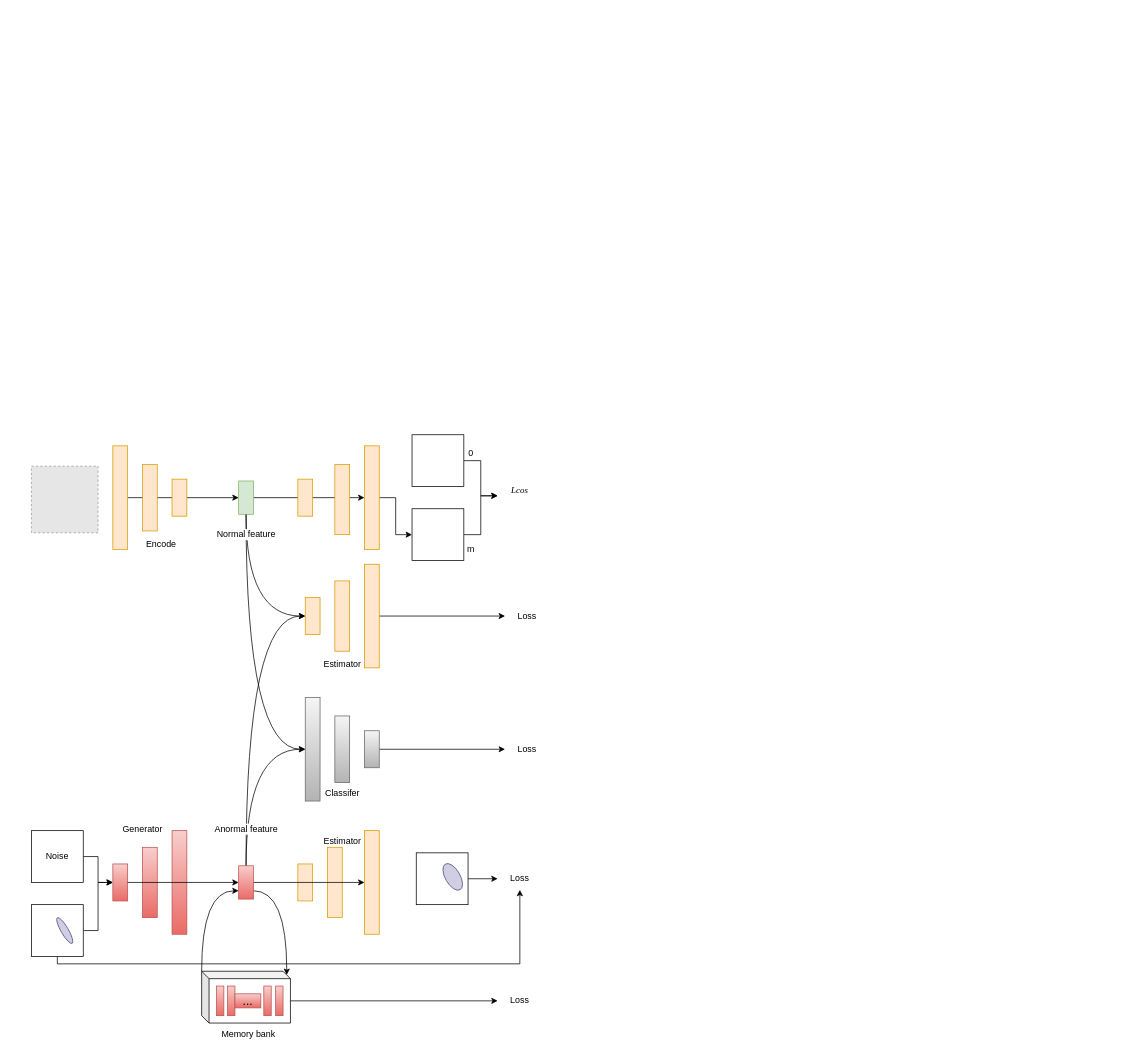
The draw.io diagram defect.drawio in kagomeAli/2023KD, before the edit. Source tidied: cells renumbered, new cells numbered last; positions are measured from the earlier drawing's top-left corner, leaving out a move shared by most shapes. Both pictures are drawn from the tidied source at 74%, with x=0, y=0 at pixel (31, 434). Pictures stored in the file or linked from it are replaced by grey dashed boxes.
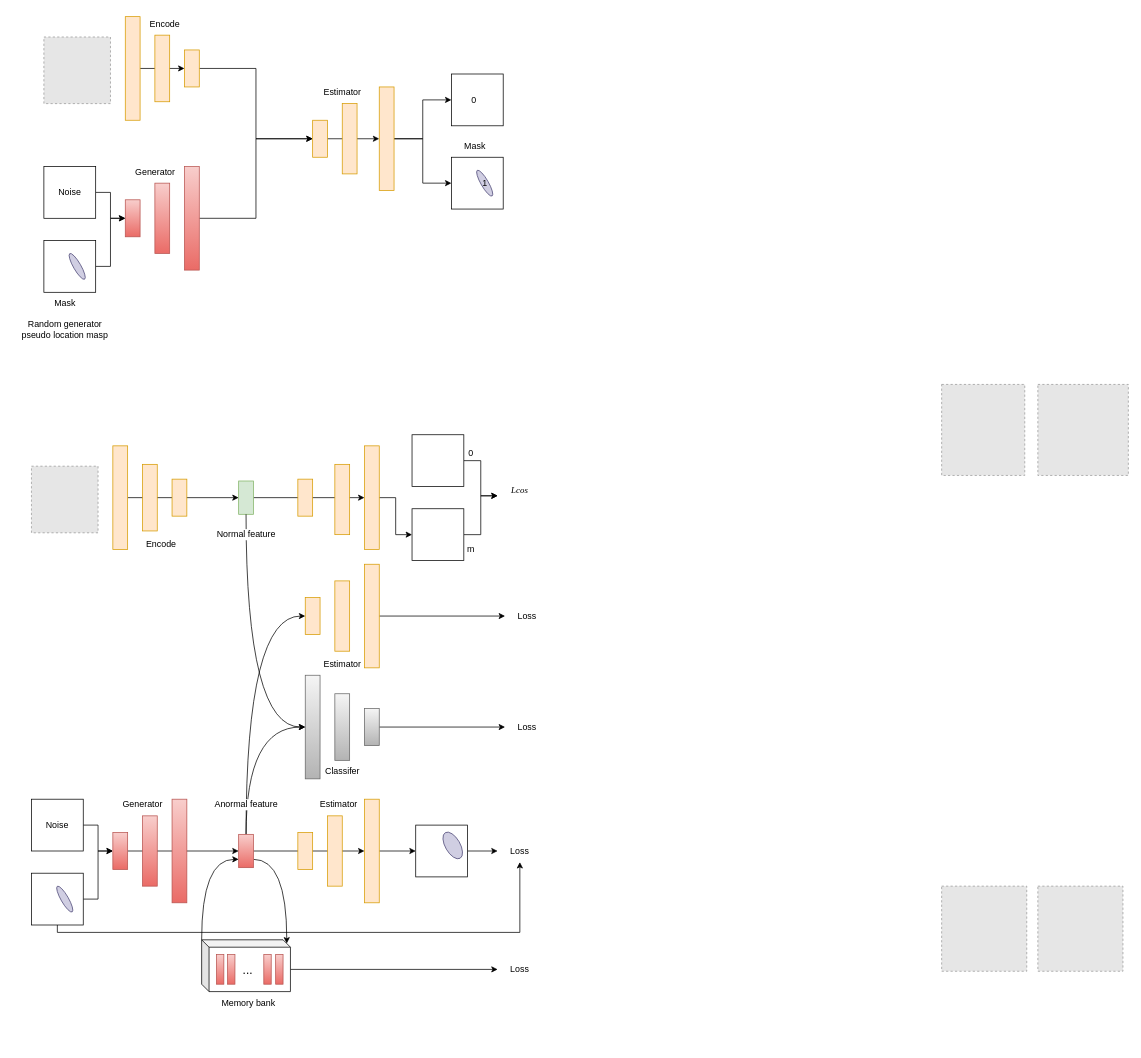
Above is the later version.

The change refers to these unchanged cells:
```xml
<mxCell id="8" style="rounded=0;whiteSpace=wrap;html=1;fillColor=#d5e8d4;strokeColor=#82b366;" parent="1" vertex="1">
  <mxGeometry x="280" y="62.5" width="20" height="45" as="geometry" />
</mxCell>
<mxCell id="25" style="rounded=0;whiteSpace=wrap;html=1;fillColor=#ffe6cc;strokeColor=#d79b00;" parent="1" vertex="1">
  <mxGeometry x="370" y="220" width="20" height="50" as="geometry" />
</mxCell>
```

The edit, as a diff of the source:
```diff
@@
+    <mxCell id="74" style="edgeStyle=orthogonalEdgeStyle;rounded=0;jettySize=auto;html=1;exitX=1;exitY=0.5;exitDx=0;exitDy=0;" parent="1" edge="1" source="89" target="88">
+      <mxGeometry relative="1" as="geometry" />
+    </mxCell>
+    <mxCell id="71" style="edgeStyle=orthogonalEdgeStyle;rounded=0;jettySize=auto;html=1;exitX=1;exitY=0.5;exitDx=0;exitDy=0;entryX=0;entryY=0.5;entryDx=0;entryDy=0;" parent="1" edge="1" source="41" target="72">
+      <mxGeometry relative="1" as="geometry" />
+    </mxCell>
+    <mxCell id="40" style="edgeStyle=orthogonalEdgeStyle;rounded=0;jettySize=auto;html=1;exitX=1;exitY=0.5;exitDx=0;exitDy=0;entryX=0;entryY=0.5;entryDx=0;entryDy=0;" parent="1" edge="1" source="72" target="34">
+      <mxGeometry relative="1" as="geometry" />
+    </mxCell>
@@
-    <mxCell id="7" style="edgeStyle=orthogonalEdgeStyle;rounded=0;jettySize=auto;html=1;exitX=0.5;exitY=1;exitDx=0;exitDy=0;entryX=0;entryY=0.5;entryDx=0;entryDy=0;curved=1;" parent="1" edge="1" source="8" target="25">
-      <mxGeometry relative="1" as="geometry" />
-    </mxCell>
@@
     <mxCell id="26" style="rounded=0;whiteSpace=wrap;html=1;fillColor=#f5f5f5;gradientColor=#b3b3b3;strokeColor=#666666;" parent="1" vertex="1">
-      <mxGeometry x="370" y="355" width="20" height="140" as="geometry" />
+      <mxGeometry x="370" y="325" width="20" height="140" as="geometry" />
     </mxCell>
     <mxCell id="27" style="rounded=0;whiteSpace=wrap;html=1;fillColor=#f5f5f5;gradientColor=#b3b3b3;strokeColor=#666666;" parent="1" vertex="1">
-      <mxGeometry x="410" y="380" width="20" height="90" as="geometry" />
+      <mxGeometry x="410" y="350" width="20" height="90" as="geometry" />
     </mxCell>
@@
     <mxCell id="29" style="rounded=0;whiteSpace=wrap;html=1;fillColor=#f5f5f5;gradientColor=#b3b3b3;strokeColor=#666666;" parent="1" vertex="1">
-      <mxGeometry x="450" y="400" width="20" height="50" as="geometry" />
+      <mxGeometry x="450" y="370" width="20" height="50" as="geometry" />
     </mxCell>
@@
     <mxCell id="33" style="rounded=0;whiteSpace=wrap;html=1;fillColor=#ffe6cc;strokeColor=#d79b00;" parent="1" vertex="1">
-      <mxGeometry x="400" y="557.5" width="20" height="95" as="geometry" />
+      <mxGeometry x="400" y="515" width="20" height="95" as="geometry" />
     </mxCell>
+    <mxCell id="75" style="edgeStyle=orthogonalEdgeStyle;rounded=0;jettySize=auto;html=1;exitX=1;exitY=0.5;exitDx=0;exitDy=0;" parent="1" edge="1" source="34" target="58">
+      <mxGeometry relative="1" as="geometry" />
+    </mxCell>
     <mxCell id="34" style="rounded=0;whiteSpace=wrap;html=1;fillColor=#ffe6cc;strokeColor=#d79b00;" parent="1" vertex="1">
-      <mxGeometry x="450" y="535" width="20" height="140" as="geometry" />
+      <mxGeometry x="450" y="492.5" width="20" height="140" as="geometry" />
     </mxCell>
     <mxCell id="35" style="edgeStyle=orthogonalEdgeStyle;rounded=0;jettySize=auto;html=1;exitX=0;exitY=0.5;exitDx=0;exitDy=0;fillColor=#ffe6cc;strokeColor=#d79b00;" parent="1" edge="1" source="36">
       <mxGeometry relative="1" as="geometry">
-        <mxPoint x="360" y="605" as="targetPoint" />
+        <mxPoint x="360" y="562.5" as="targetPoint" />
       </mxGeometry>
     </mxCell>
     <mxCell id="36" style="rounded=0;whiteSpace=wrap;html=1;fillColor=#ffe6cc;strokeColor=#d79b00;" parent="1" vertex="1">
-      <mxGeometry x="360" y="580" width="20" height="50" as="geometry" />
+      <mxGeometry x="360" y="537.5" width="20" height="50" as="geometry" />
     </mxCell>
     <mxCell id="37" style="rounded=0;whiteSpace=wrap;html=1;fillColor=#f8cecc;gradientColor=#ea6b66;strokeColor=#b85450;" parent="1" vertex="1">
-      <mxGeometry x="150" y="557.5" width="20" height="95" as="geometry" />
+      <mxGeometry x="150" y="515" width="20" height="95" as="geometry" />
     </mxCell>
     <mxCell id="38" style="rounded=0;whiteSpace=wrap;html=1;fillColor=#f8cecc;gradientColor=#ea6b66;strokeColor=#b85450;" parent="1" vertex="1">
-      <mxGeometry x="190" y="535" width="20" height="140" as="geometry" />
+      <mxGeometry x="190" y="492.5" width="20" height="140" as="geometry" />
     </mxCell>
     <mxCell id="39" style="edgeStyle=orthogonalEdgeStyle;rounded=0;jettySize=auto;html=1;exitX=0;exitY=0.5;exitDx=0;exitDy=0;fillColor=#f8cecc;gradientColor=#ea6b66;strokeColor=#b85450;" parent="1" edge="1" source="41">
       <mxGeometry relative="1" as="geometry">
-        <mxPoint x="110" y="605" as="targetPoint" />
+        <mxPoint x="110" y="562.5" as="targetPoint" />
       </mxGeometry>
     </mxCell>
-    <mxCell id="40" style="edgeStyle=orthogonalEdgeStyle;rounded=0;jettySize=auto;html=1;exitX=1;exitY=0.5;exitDx=0;exitDy=0;entryX=0;entryY=0.5;entryDx=0;entryDy=0;" parent="1" edge="1" source="72" target="34">
-      <mxGeometry relative="1" as="geometry" />
-    </mxCell>
     <mxCell id="41" style="rounded=0;whiteSpace=wrap;html=1;fillColor=#f8cecc;gradientColor=#ea6b66;strokeColor=#b85450;" parent="1" vertex="1">
-      <mxGeometry x="110" y="580" width="20" height="50" as="geometry" />
+      <mxGeometry x="110" y="537.5" width="20" height="50" as="geometry" />
     </mxCell>
     <mxCell id="42" style="edgeStyle=orthogonalEdgeStyle;rounded=0;jettySize=auto;html=1;exitX=0;exitY=0;exitDx=0;exitDy=0;exitPerimeter=0;entryX=0;entryY=0.75;entryDx=0;entryDy=0;curved=1;" parent="1" edge="1" source="44" target="72">
       <mxGeometry relative="1" as="geometry">
         <Array as="points">
-          <mxPoint x="230" y="616" />
+          <mxPoint x="230" y="573.5" />
         </Array>
       </mxGeometry>
     </mxCell>
@@
     <mxCell id="44" style="shape=cube;whiteSpace=wrap;html=1;boundedLbl=1;backgroundOutline=1;darkOpacity=0.05;darkOpacity2=0.1;size=10;" parent="1" vertex="1">
-      <mxGeometry x="230" y="725" width="120" height="70" as="geometry" />
+      <mxGeometry x="230" y="682.5" width="120" height="70" as="geometry" />
     </mxCell>
     <mxCell id="45" style="rounded=0;whiteSpace=wrap;html=1;fillColor=#f8cecc;gradientColor=#ea6b66;strokeColor=#b85450;" parent="1" vertex="1">
-      <mxGeometry x="250" y="745" width="10" height="40" as="geometry" />
+      <mxGeometry x="250" y="702.5" width="10" height="40" as="geometry" />
     </mxCell>
     <mxCell id="46" style="rounded=0;whiteSpace=wrap;html=1;fillColor=#f8cecc;gradientColor=#ea6b66;strokeColor=#b85450;" parent="1" vertex="1">
-      <mxGeometry x="265" y="745" width="10" height="40" as="geometry" />
+      <mxGeometry x="265" y="702.5" width="10" height="40" as="geometry" />
     </mxCell>
     <mxCell id="47" style="rounded=0;whiteSpace=wrap;html=1;fillColor=#f8cecc;gradientColor=#ea6b66;strokeColor=#b85450;" parent="1" vertex="1">
-      <mxGeometry x="314" y="745" width="10" height="40" as="geometry" />
+      <mxGeometry x="314" y="702.5" width="10" height="40" as="geometry" />
     </mxCell>
     <mxCell id="48" style="rounded=0;whiteSpace=wrap;html=1;fillColor=#f8cecc;gradientColor=#ea6b66;strokeColor=#b85450;" parent="1" vertex="1">
-      <mxGeometry x="330" y="745" width="10" height="40" as="geometry" />
+      <mxGeometry x="330" y="702.5" width="10" height="40" as="geometry" />
     </mxCell>
-    <mxCell id="49" value="..." style="text;html=1;strokeColor=#b85450;fillColor=#f8cecc;align=center;verticalAlign=middle;whiteSpace=wrap;rounded=0;fontSize=16;gradientColor=#ea6b66;" parent="1" vertex="1">
-      <mxGeometry x="275" y="755.5" width="35" height="19" as="geometry" />
+    <mxCell id="49" value="..." style="text;html=1;fillColor=none;align=center;verticalAlign=middle;whiteSpace=wrap;rounded=0;fontSize=16;" parent="1" vertex="1">
+      <mxGeometry x="275" y="713" width="35" height="19" as="geometry" />
     </mxCell>
     <mxCell id="50" value="Memory bank" style="text;html=1;align=center;verticalAlign=middle;strokeColor=none;fillColor=none;" parent="1" vertex="1">
-      <mxGeometry x="242.5" y="795" width="100" height="30" as="geometry" />
+      <mxGeometry x="242.5" y="752.5" width="100" height="30" as="geometry" />
     </mxCell>
@@
     <mxCell id="52" value="Noise" style="rounded=0;whiteSpace=wrap;html=1;" parent="1" vertex="1">
-      <mxGeometry y="535" width="70" height="70" as="geometry" />
+      <mxGeometry y="492.5" width="70" height="70" as="geometry" />
     </mxCell>
@@
     <mxCell id="54" style="edgeStyle=orthogonalEdgeStyle;rounded=0;jettySize=auto;html=1;exitX=0.5;exitY=1;exitDx=0;exitDy=0;entryX=0.5;entryY=1;entryDx=0;entryDy=0;" parent="1" edge="1" source="55" target="60">
       <mxGeometry relative="1" as="geometry">
         <Array as="points">
-          <mxPoint x="35" y="715" />
-          <mxPoint x="660" y="715" />
+          <mxPoint x="35" y="672.5" />
+          <mxPoint x="660" y="672.5" />
         </Array>
       </mxGeometry>
     </mxCell>
     <mxCell id="55" style="rounded=0;whiteSpace=wrap;html=1;" parent="1" vertex="1">
-      <mxGeometry y="635" width="70" height="70" as="geometry" />
+      <mxGeometry y="592.5" width="70" height="70" as="geometry" />
     </mxCell>
     <mxCell id="56" style="ellipse;whiteSpace=wrap;html=1;rotation=60;fillColor=#d0cee2;strokeColor=#56517e;" parent="1" vertex="1">
-      <mxGeometry x="25" y="665" width="40" height="10" as="geometry" />
+      <mxGeometry x="25" y="622.5" width="40" height="10" as="geometry" />
     </mxCell>
@@
     <mxCell id="58" style="rounded=0;whiteSpace=wrap;html=1;" parent="1" vertex="1">
-      <mxGeometry x="520" y="565" width="70" height="70" as="geometry" />
+      <mxGeometry x="519.3" y="527.5" width="70" height="70" as="geometry" />
     </mxCell>
     <mxCell id="59" style="ellipse;whiteSpace=wrap;html=1;rotation=60;fillColor=#d0cee2;strokeColor=#56517e;" parent="1" vertex="1">
-      <mxGeometry x="549.3" y="587.5" width="40" height="20" as="geometry" />
+      <mxGeometry x="549.3" y="545" width="40" height="20" as="geometry" />
     </mxCell>
     <mxCell id="60" value="Loss" style="text;html=1;strokeColor=none;fillColor=none;align=center;verticalAlign=middle;whiteSpace=wrap;rounded=0;" parent="1" vertex="1">
-      <mxGeometry x="630" y="585" width="60" height="30" as="geometry" />
+      <mxGeometry x="630" y="547.5" width="60" height="30" as="geometry" />
     </mxCell>
     <mxCell id="61" value="Loss" style="text;html=1;strokeColor=none;fillColor=none;align=center;verticalAlign=middle;whiteSpace=wrap;rounded=0;" parent="1" vertex="1">
-      <mxGeometry x="640" y="410" width="60" height="30" as="geometry" />
+      <mxGeometry x="640" y="380" width="60" height="30" as="geometry" />
     </mxCell>
@@
     <mxCell id="64" value="Loss" style="text;html=1;strokeColor=none;fillColor=none;align=center;verticalAlign=middle;whiteSpace=wrap;rounded=0;" parent="1" vertex="1">
-      <mxGeometry x="630" y="750" width="60" height="30" as="geometry" />
+      <mxGeometry x="630" y="707.5" width="60" height="30" as="geometry" />
     </mxCell>
     <mxCell id="65" value="Classifer" style="text;html=1;align=center;verticalAlign=middle;strokeColor=none;fillColor=none;" parent="1" vertex="1">
-      <mxGeometry x="385" y="470" width="70" height="30" as="geometry" />
+      <mxGeometry x="385" y="440" width="70" height="30" as="geometry" />
     </mxCell>
@@
     <mxCell id="67" value="Generator" style="text;html=1;align=center;verticalAlign=middle;strokeColor=none;fillColor=none;" parent="1" vertex="1">
-      <mxGeometry x="110" y="517.5" width="80" height="30" as="geometry" />
+      <mxGeometry x="110" y="485" width="80" height="30" as="geometry" />
     </mxCell>
@@
     <mxCell id="69" value="Estimator" style="text;html=1;align=center;verticalAlign=middle;strokeColor=none;fillColor=none;" parent="1" vertex="1">
-      <mxGeometry x="385" y="535" width="70" height="30" as="geometry" />
+      <mxGeometry x="380" y="485" width="70" height="30" as="geometry" />
     </mxCell>
     <mxCell id="70" value="Anormal feature" style="text;html=1;align=center;verticalAlign=middle;strokeColor=none;fillColor=none;labelBackgroundColor=default;" parent="1" vertex="1">
-      <mxGeometry x="235" y="517.5" width="110" height="30" as="geometry" />
+      <mxGeometry x="235" y="485" width="110" height="30" as="geometry" />
     </mxCell>
-    <mxCell id="71" style="edgeStyle=orthogonalEdgeStyle;rounded=0;jettySize=auto;html=1;exitX=1;exitY=0.5;exitDx=0;exitDy=0;entryX=0;entryY=0.5;entryDx=0;entryDy=0;" parent="1" edge="1" source="41" target="72">
-      <mxGeometry relative="1" as="geometry" />
-    </mxCell>
     <mxCell id="72" style="rounded=0;whiteSpace=wrap;html=1;fillColor=#f8cecc;strokeColor=#b85450;gradientColor=#ea6b66;" parent="1" vertex="1">
-      <mxGeometry x="280" y="582.5" width="20" height="45" as="geometry" />
+      <mxGeometry x="280" y="540" width="20" height="45" as="geometry" />
     </mxCell>
@@
+    <mxCell id="76" style="fillColor=#E6E6E6;strokeColor=#999999;dashed=1;verticalLabelPosition=bottom;labelBackgroundColor=default;verticalAlign=top;" parent="1" vertex="1">
+      <mxGeometry x="1230" y="-68" width="112.3" height="123" as="geometry" />
+    </mxCell>
+    <mxCell id="77" style="fillColor=#E6E6E6;strokeColor=#999999;dashed=1;verticalLabelPosition=bottom;labelBackgroundColor=default;verticalAlign=top;" parent="1" vertex="1">
+      <mxGeometry x="1230" y="610" width="115" height="115" as="geometry" />
+    </mxCell>
+    <mxCell id="78" style="fillColor=#E6E6E6;strokeColor=#999999;dashed=1;verticalLabelPosition=bottom;labelBackgroundColor=default;verticalAlign=top;" parent="1" vertex="1">
+      <mxGeometry x="1360" y="610" width="115" height="115" as="geometry" />
+    </mxCell>
+    <mxCell id="79" style="fillColor=#E6E6E6;strokeColor=#999999;dashed=1;verticalLabelPosition=bottom;labelBackgroundColor=default;verticalAlign=top;" parent="1" vertex="1">
+      <mxGeometry x="1360" y="-68" width="122.3" height="123" as="geometry" />
+    </mxCell>
+    <mxCell id="80" style="edgeStyle=orthogonalEdgeStyle;rounded=0;jettySize=auto;html=1;exitX=1;exitY=0.5;exitDx=0;exitDy=0;entryX=0;entryY=0.5;entryDx=0;entryDy=0;" parent="1" edge="1" source="81" target="84">
+      <mxGeometry relative="1" as="geometry" />
+    </mxCell>
+    <mxCell id="81" style="rounded=0;whiteSpace=wrap;html=1;fillColor=#ffe6cc;strokeColor=#d79b00;" parent="1" vertex="1">
+      <mxGeometry x="126.8" y="-565" width="20" height="140" as="geometry" />
+    </mxCell>
+    <mxCell id="82" style="rounded=0;whiteSpace=wrap;html=1;fillColor=#ffe6cc;strokeColor=#d79b00;" parent="1" vertex="1">
+      <mxGeometry x="166.8" y="-540" width="20" height="90" as="geometry" />
+    </mxCell>
+    <mxCell id="83" style="edgeStyle=orthogonalEdgeStyle;rounded=0;jettySize=auto;html=1;exitX=1;exitY=0.5;exitDx=0;exitDy=0;entryX=0;entryY=0.5;entryDx=0;entryDy=0;" parent="1" edge="1" source="84" target="89">
+      <mxGeometry relative="1" as="geometry" />
+    </mxCell>
+    <mxCell id="84" style="rounded=0;whiteSpace=wrap;html=1;fillColor=#ffe6cc;strokeColor=#d79b00;" parent="1" vertex="1">
+      <mxGeometry x="206.8" y="-520" width="20" height="50" as="geometry" />
+    </mxCell>
+    <mxCell id="85" style="rounded=0;whiteSpace=wrap;html=1;fillColor=#ffe6cc;strokeColor=#d79b00;" parent="1" vertex="1">
+      <mxGeometry x="420" y="-447.5" width="20" height="95" as="geometry" />
+    </mxCell>
+    <mxCell id="86" style="edgeStyle=orthogonalEdgeStyle;rounded=0;jettySize=auto;html=1;exitX=1;exitY=0.5;exitDx=0;exitDy=0;entryX=0;entryY=0.5;entryDx=0;entryDy=0;" parent="1" edge="1" source="88" target="91">
+      <mxGeometry relative="1" as="geometry" />
+    </mxCell>
+    <mxCell id="87" style="edgeStyle=orthogonalEdgeStyle;rounded=0;jettySize=auto;html=1;exitX=1;exitY=0.5;exitDx=0;exitDy=0;" parent="1" edge="1" source="88" target="105">
+      <mxGeometry relative="1" as="geometry" />
+    </mxCell>
+    <mxCell id="88" style="rounded=0;whiteSpace=wrap;html=1;fillColor=#ffe6cc;strokeColor=#d79b00;" parent="1" vertex="1">
+      <mxGeometry x="470" y="-470" width="20" height="140" as="geometry" />
+    </mxCell>
+    <mxCell id="89" style="rounded=0;whiteSpace=wrap;html=1;fillColor=#ffe6cc;strokeColor=#d79b00;" parent="1" vertex="1">
+      <mxGeometry x="380" y="-425" width="20" height="50" as="geometry" />
+    </mxCell>
+    <mxCell id="90" style="fillColor=#E6E6E6;strokeColor=#999999;dashed=1;verticalLabelPosition=bottom;labelBackgroundColor=default;verticalAlign=top;" parent="1" vertex="1">
+      <mxGeometry x="16.8" y="-537.5" width="90" height="90" as="geometry" />
+    </mxCell>
+    <mxCell id="91" style="rounded=0;whiteSpace=wrap;html=1;" parent="1" vertex="1">
+      <mxGeometry x="567.5" y="-487.5" width="70" height="70" as="geometry" />
+    </mxCell>
+    <mxCell id="92" value="0" style="text;html=1;strokeColor=none;fillColor=none;align=center;verticalAlign=middle;whiteSpace=wrap;rounded=0;" parent="1" vertex="1">
+      <mxGeometry x="567.5" y="-467.5" width="60" height="30" as="geometry" />
+    </mxCell>
+    <mxCell id="93" value="Encode" style="text;html=1;align=center;verticalAlign=middle;" parent="1" vertex="1">
+      <mxGeometry x="150" y="-570" width="60" height="30" as="geometry" />
+    </mxCell>
+    <mxCell id="94" style="rounded=0;whiteSpace=wrap;html=1;fillColor=#f8cecc;gradientColor=#ea6b66;strokeColor=#b85450;" parent="1" vertex="1">
+      <mxGeometry x="166.8" y="-340" width="20" height="95" as="geometry" />
+    </mxCell>
+    <mxCell id="95" style="edgeStyle=orthogonalEdgeStyle;rounded=0;jettySize=auto;html=1;exitX=1;exitY=0.5;exitDx=0;exitDy=0;entryX=0;entryY=0.5;entryDx=0;entryDy=0;" parent="1" edge="1" source="96" target="89">
+      <mxGeometry relative="1" as="geometry" />
+    </mxCell>
+    <mxCell id="96" style="rounded=0;whiteSpace=wrap;html=1;fillColor=#f8cecc;gradientColor=#ea6b66;strokeColor=#b85450;" parent="1" vertex="1">
+      <mxGeometry x="206.8" y="-362.5" width="20" height="140" as="geometry" />
+    </mxCell>
+    <mxCell id="97" style="edgeStyle=orthogonalEdgeStyle;rounded=0;jettySize=auto;html=1;exitX=0;exitY=0.5;exitDx=0;exitDy=0;fillColor=#f8cecc;gradientColor=#ea6b66;strokeColor=#b85450;" parent="1" edge="1" source="98">
+      <mxGeometry relative="1" as="geometry">
+        <mxPoint x="126.8" y="-292.5" as="targetPoint" />
+      </mxGeometry>
+    </mxCell>
+    <mxCell id="98" style="rounded=0;whiteSpace=wrap;html=1;fillColor=#f8cecc;gradientColor=#ea6b66;strokeColor=#b85450;" parent="1" vertex="1">
+      <mxGeometry x="126.8" y="-317.5" width="20" height="50" as="geometry" />
+    </mxCell>
+    <mxCell id="99" style="edgeStyle=orthogonalEdgeStyle;rounded=0;jettySize=auto;html=1;exitX=1;exitY=0.5;exitDx=0;exitDy=0;entryX=0;entryY=0.5;entryDx=0;entryDy=0;" parent="1" edge="1" source="100" target="98">
+      <mxGeometry relative="1" as="geometry" />
+    </mxCell>
+    <mxCell id="100" value="Noise" style="rounded=0;whiteSpace=wrap;html=1;" parent="1" vertex="1">
+      <mxGeometry x="16.8" y="-362.5" width="70" height="70" as="geometry" />
+    </mxCell>
+    <mxCell id="101" style="edgeStyle=orthogonalEdgeStyle;rounded=0;jettySize=auto;html=1;exitX=1;exitY=0.5;exitDx=0;exitDy=0;entryX=0;entryY=0.5;entryDx=0;entryDy=0;" parent="1" edge="1" source="102" target="98">
+      <mxGeometry relative="1" as="geometry" />
+    </mxCell>
+    <mxCell id="102" style="rounded=0;whiteSpace=wrap;html=1;" parent="1" vertex="1">
+      <mxGeometry x="16.8" y="-262.5" width="70" height="70" as="geometry" />
+    </mxCell>
+    <mxCell id="103" style="ellipse;whiteSpace=wrap;html=1;rotation=60;fillColor=#d0cee2;strokeColor=#56517e;" parent="1" vertex="1">
+      <mxGeometry x="41.8" y="-232.5" width="40" height="10" as="geometry" />
+    </mxCell>
+    <mxCell id="104" value="Generator" style="text;html=1;align=center;verticalAlign=middle;strokeColor=none;fillColor=none;" parent="1" vertex="1">
+      <mxGeometry x="126.8" y="-370" width="80" height="30" as="geometry" />
+    </mxCell>
+    <mxCell id="105" style="rounded=0;whiteSpace=wrap;html=1;" parent="1" vertex="1">
+      <mxGeometry x="567.5" y="-375" width="70" height="70" as="geometry" />
+    </mxCell>
+    <mxCell id="106" style="ellipse;whiteSpace=wrap;html=1;rotation=60;fillColor=#d0cee2;strokeColor=#56517e;" parent="1" vertex="1">
+      <mxGeometry x="592.5" y="-345" width="40" height="10" as="geometry" />
+    </mxCell>
+    <mxCell id="107" value="1" style="text;html=1;strokeColor=none;fillColor=none;align=center;verticalAlign=middle;whiteSpace=wrap;rounded=0;" parent="1" vertex="1">
+      <mxGeometry x="582.5" y="-355" width="60" height="30" as="geometry" />
+    </mxCell>
+    <mxCell id="108" value="Random generator &lt;br&gt;pseudo location masp" style="text;html=1;align=center;verticalAlign=middle;strokeColor=none;fillColor=none;" parent="1" vertex="1">
+      <mxGeometry x="-25" y="-162.5" width="140" height="40" as="geometry" />
+    </mxCell>
+    <mxCell id="109" value="Mask" style="text;html=1;align=center;verticalAlign=middle;strokeColor=none;fillColor=none;" parent="1" vertex="1">
+      <mxGeometry x="20" y="-192.5" width="50" height="30" as="geometry" />
+    </mxCell>
+    <mxCell id="110" value="Estimator" style="text;html=1;align=center;verticalAlign=middle;strokeColor=none;fillColor=none;" parent="1" vertex="1">
+      <mxGeometry x="385" y="-477.5" width="70" height="30" as="geometry" />
+    </mxCell>
+    <mxCell id="111" value="Mask" style="text;html=1;align=center;verticalAlign=middle;strokeColor=none;fillColor=none;" parent="1" vertex="1">
+      <mxGeometry x="574.3" y="-405" width="50" height="30" as="geometry" />
+    </mxCell>
```
